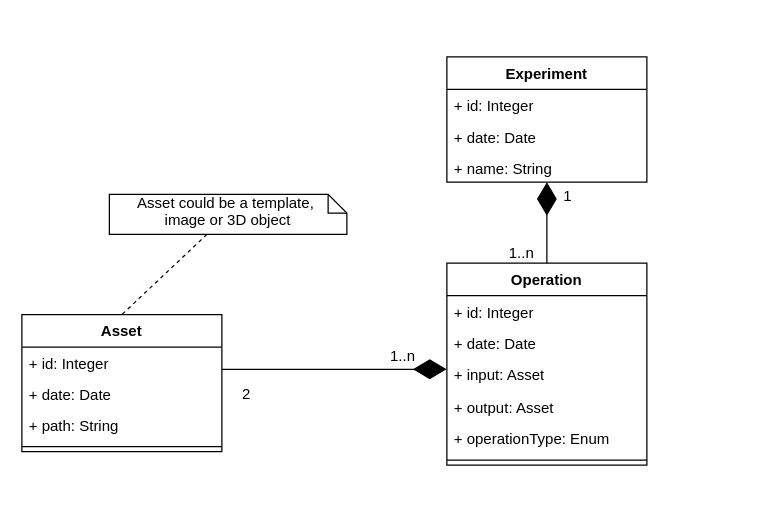
The draw.io diagram page "DataModeling" (10 of 11) of Docs/Diagrams.drawio.xml in okashaluai/Fingerprint-Biometric-Research-Tool, before the edit. Source tidied: cells renumbered, new cells numbered last; positions are measured from the earlier drawing's top-left corner, leaving out a move shared by most shapes. Both pictures are drawn from the tidied source at 125%, with x=0, y=0 at pixel (21, 56).
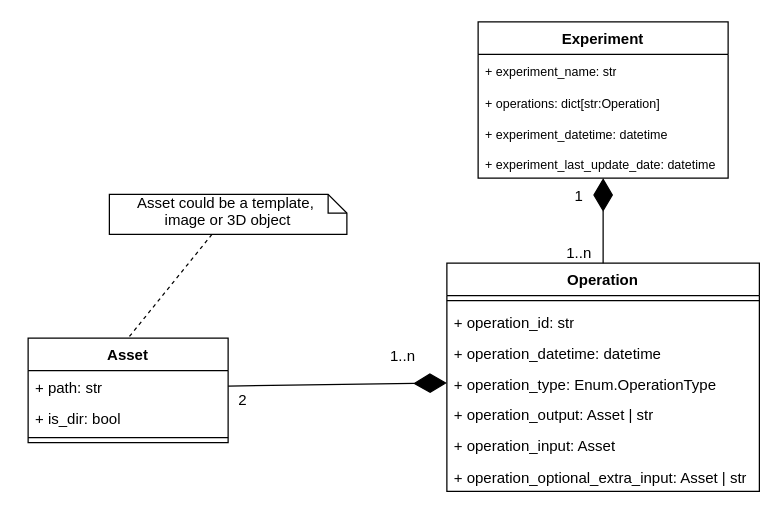
The same diagram, later.

What changed in the source:
```diff
@@
     <mxCell id="2" value="Experiment" style="swimlane;fontStyle=1;align=center;verticalAlign=top;horizontal=1;startSize=26;whiteSpace=wrap;html=1;" parent="1" vertex="1">
-      <mxGeometry x="340" width="160" height="100.2" as="geometry" />
+      <mxGeometry x="365" y="-28" width="200" height="125" as="geometry" />
     </mxCell>
-    <mxCell id="3" value="+ id: Integer" style="text;strokeColor=none;fillColor=none;align=left;verticalAlign=top;spacingLeft=4;spacingRight=4;overflow=hidden;whiteSpace=wrap;html=1;" parent="2" vertex="1">
-      <mxGeometry y="26" width="160" height="24.7" as="geometry" />
-    </mxCell>
-    <mxCell id="4" value="+ date: Date" style="text;strokeColor=none;fillColor=none;align=left;verticalAlign=top;spacingLeft=4;spacingRight=4;overflow=hidden;whiteSpace=wrap;html=1;" parent="2" vertex="1">
-      <mxGeometry y="50.7" width="160" height="24.7" as="geometry" />
-    </mxCell>
-    <mxCell id="5" value="+ name: String" style="text;strokeColor=none;fillColor=none;align=left;verticalAlign=top;spacingLeft=4;spacingRight=4;overflow=hidden;whiteSpace=wrap;html=1;" parent="2" vertex="1">
-      <mxGeometry y="75.5" width="160" height="24.7" as="geometry" />
-    </mxCell>
+    <mxCell id="26" value="&lt;font style=&quot;font-size: 10px;&quot;&gt;+ experiment_name: str&lt;br&gt;&lt;/font&gt;" style="text;strokeColor=none;fillColor=none;align=left;verticalAlign=top;spacingLeft=4;spacingRight=4;overflow=hidden;whiteSpace=wrap;html=1;" parent="2" vertex="1">
+      <mxGeometry y="26" width="200" height="24.7" as="geometry" />
+    </mxCell>
+    <mxCell id="27" value="&lt;font style=&quot;font-size: 10px;&quot;&gt;+ operations: dict[str:Operation]&lt;br&gt;&lt;/font&gt;" style="text;strokeColor=none;fillColor=none;align=left;verticalAlign=top;spacingLeft=4;spacingRight=4;overflow=hidden;whiteSpace=wrap;html=1;" parent="2" vertex="1">
+      <mxGeometry y="50.7" width="200" height="24.7" as="geometry" />
+    </mxCell>
+    <mxCell id="28" value="&lt;font style=&quot;font-size: 10px;&quot;&gt;+ experiment_datetime: datetime&lt;br&gt;&lt;/font&gt;" style="text;strokeColor=none;fillColor=none;align=left;verticalAlign=top;spacingLeft=4;spacingRight=4;overflow=hidden;whiteSpace=wrap;html=1;" parent="2" vertex="1">
+      <mxGeometry y="75.5" width="200" height="24.7" as="geometry" />
+    </mxCell>
+    <mxCell id="29" value="&lt;font style=&quot;font-size: 10px;&quot;&gt;+ experiment_last_update_date: datetime&lt;br&gt;&lt;/font&gt;" style="text;strokeColor=none;fillColor=none;align=left;verticalAlign=top;spacingLeft=4;spacingRight=4;overflow=hidden;whiteSpace=wrap;html=1;" parent="2" vertex="1">
+      <mxGeometry y="100.2" width="200" height="24.7" as="geometry" />
+    </mxCell>
     <mxCell id="6" value="Operation" style="swimlane;fontStyle=1;align=center;verticalAlign=top;horizontal=1;startSize=26;whiteSpace=wrap;html=1;" parent="1" vertex="1">
-      <mxGeometry x="340" y="165" width="160" height="161.5" as="geometry" />
+      <mxGeometry x="340" y="165" width="250" height="182.5" as="geometry" />
     </mxCell>
-    <mxCell id="7" value="+ id: Integer" style="text;strokeColor=none;fillColor=none;align=left;verticalAlign=top;spacingLeft=4;spacingRight=4;overflow=hidden;whiteSpace=wrap;html=1;" parent="6" vertex="1">
-      <mxGeometry y="26" width="160" height="24.7" as="geometry" />
-    </mxCell>
-    <mxCell id="8" value="+ date: Date" style="text;strokeColor=none;fillColor=none;align=left;verticalAlign=top;spacingLeft=4;spacingRight=4;overflow=hidden;whiteSpace=wrap;html=1;" parent="6" vertex="1">
-      <mxGeometry y="50.7" width="160" height="24.7" as="geometry" />
-    </mxCell>
-    <mxCell id="9" value="+ input: Asset" style="text;strokeColor=none;fillColor=none;align=left;verticalAlign=top;spacingLeft=4;spacingRight=4;overflow=hidden;whiteSpace=wrap;html=1;" parent="6" vertex="1">
-      <mxGeometry y="75.5" width="160" height="26" as="geometry" />
-    </mxCell>
-    <mxCell id="10" value="+ output: Asset" style="text;strokeColor=none;fillColor=none;align=left;verticalAlign=top;spacingLeft=4;spacingRight=4;overflow=hidden;whiteSpace=wrap;html=1;" parent="6" vertex="1">
-      <mxGeometry y="101.5" width="160" height="26" as="geometry" />
-    </mxCell>
-    <mxCell id="11" value="+ operationType: Enum" style="text;align=left;verticalAlign=top;spacingLeft=4;spacingRight=4;overflow=hidden;rounded=0;shadow=0;html=0;" parent="6" vertex="1">
-      <mxGeometry y="127.5" width="160" height="26" as="geometry" />
-    </mxCell>
     <mxCell id="12" style="line;strokeWidth=1;fillColor=none;align=left;verticalAlign=middle;spacingTop=-1;spacingLeft=3;spacingRight=3;labelPosition=right;strokeColor=inherit;" parent="6" vertex="1">
-      <mxGeometry y="153.5" width="160" height="8" as="geometry" />
+      <mxGeometry y="26" width="250" height="8" as="geometry" />
     </mxCell>
+    <mxCell id="30" value="+ operation_id: str" style="text;strokeColor=none;fillColor=none;align=left;verticalAlign=top;spacingLeft=4;spacingRight=4;overflow=hidden;whiteSpace=wrap;html=1;" parent="6" vertex="1">
+      <mxGeometry y="34" width="250" height="24.7" as="geometry" />
+    </mxCell>
+    <mxCell id="31" value="+ operation_datetime: datetime" style="text;strokeColor=none;fillColor=none;align=left;verticalAlign=top;spacingLeft=4;spacingRight=4;overflow=hidden;whiteSpace=wrap;html=1;" parent="6" vertex="1">
+      <mxGeometry y="58.7" width="250" height="24.7" as="geometry" />
+    </mxCell>
+    <mxCell id="32" value="+ operation_type: Enum.OperationType" style="text;strokeColor=none;fillColor=none;align=left;verticalAlign=top;spacingLeft=4;spacingRight=4;overflow=hidden;points=[[0,0.5],[1,0.5]];portConstraint=eastwest;whiteSpace=wrap;html=1;" parent="6" vertex="1">
+      <mxGeometry y="83.5" width="250" height="24.7" as="geometry" />
+    </mxCell>
+    <mxCell id="33" value="+ operation_output: Asset | str" style="text;strokeColor=none;fillColor=none;align=left;verticalAlign=top;spacingLeft=4;spacingRight=4;overflow=hidden;whiteSpace=wrap;html=1;" parent="6" vertex="1">
+      <mxGeometry y="108.2" width="250" height="24.7" as="geometry" />
+    </mxCell>
+    <mxCell id="34" value="+ operation_input: Asset" style="text;strokeColor=none;fillColor=none;align=left;verticalAlign=top;spacingLeft=4;spacingRight=4;overflow=hidden;whiteSpace=wrap;html=1;" parent="6" vertex="1">
+      <mxGeometry y="133" width="250" height="24.7" as="geometry" />
+    </mxCell>
+    <mxCell id="35" value="+ operation_optional_extra_input: Asset | str" style="text;strokeColor=none;fillColor=none;align=left;verticalAlign=top;spacingLeft=4;spacingRight=4;overflow=hidden;whiteSpace=wrap;html=1;" parent="6" vertex="1">
+      <mxGeometry y="157.7" width="250" height="24.7" as="geometry" />
+    </mxCell>
-    <mxCell id="13" style="endArrow=diamondThin;endFill=1;endSize=24;html=1;rounded=0;exitX=1.001;exitY=0.722;exitDx=0;exitDy=0;entryX=0.997;entryY=0.663;entryDx=0;entryDy=0;exitPerimeter=0;entryPerimeter=0;" parent="1" edge="1" source="20">
-      <mxGeometry relative="1" as="geometry">
-        <mxPoint x="339.8" y="249.9" as="targetPoint" />
-      </mxGeometry>
+    <mxCell id="13" style="endArrow=diamondThin;endFill=1;endSize=24;html=1;rounded=0;exitX=1;exitY=0.5;exitDx=0;exitDy=0;entryX=0;entryY=0.5;entryDx=0;entryDy=0;" parent="1" edge="1" source="36" target="32">
+      <mxGeometry relative="1" as="geometry" />
     </mxCell>
@@
     <mxCell id="15" value="1" style="text;html=1;align=center;verticalAlign=middle;whiteSpace=wrap;rounded=0;" parent="1" vertex="1">
-      <mxGeometry x="407" y="97" width="60" height="30" as="geometry" />
+      <mxGeometry x="416" y="97" width="60" height="30" as="geometry" />
     </mxCell>
     <mxCell id="16" value="1..n" style="text;html=1;align=center;verticalAlign=middle;whiteSpace=wrap;rounded=0;" parent="1" vertex="1">
-      <mxGeometry x="370" y="142" width="60" height="30" as="geometry" />
+      <mxGeometry x="416" y="142" width="60" height="30" as="geometry" />
     </mxCell>
     <mxCell id="17" value="2" style="text;html=1;align=center;verticalAlign=middle;whiteSpace=wrap;rounded=0;" parent="1" vertex="1">
-      <mxGeometry x="150" y="255" width="60" height="30" as="geometry" />
+      <mxGeometry x="147" y="260" width="60" height="30" as="geometry" />
     </mxCell>
@@
     <mxCell id="19" value="Asset" style="swimlane;fontStyle=1;align=center;verticalAlign=top;horizontal=1;startSize=26;whiteSpace=wrap;html=1;" parent="1" vertex="1">
-      <mxGeometry y="206.2" width="160" height="109.5" as="geometry" />
+      <mxGeometry x="5" y="225" width="160" height="83.5" as="geometry" />
     </mxCell>
-    <mxCell id="20" value="+ id: Integer" style="text;strokeColor=none;fillColor=none;align=left;verticalAlign=top;spacingLeft=4;spacingRight=4;overflow=hidden;points=[[0,0.5],[1,0.5]];portConstraint=eastwest;whiteSpace=wrap;html=1;" parent="19" vertex="1">
-      <mxGeometry y="26" width="160" height="24.7" as="geometry" />
-    </mxCell>
-    <mxCell id="21" value="+ date: Date" style="text;strokeColor=none;fillColor=none;align=left;verticalAlign=top;spacingLeft=4;spacingRight=4;overflow=hidden;whiteSpace=wrap;html=1;" parent="19" vertex="1">
-      <mxGeometry y="50.7" width="160" height="24.7" as="geometry" />
-    </mxCell>
-    <mxCell id="22" value="+ path: String" style="text;strokeColor=none;fillColor=none;align=left;verticalAlign=top;spacingLeft=4;spacingRight=4;overflow=hidden;whiteSpace=wrap;html=1;" parent="19" vertex="1">
-      <mxGeometry y="75.5" width="160" height="26" as="geometry" />
-    </mxCell>
+    <mxCell id="36" value="+ path: str" style="text;strokeColor=none;fillColor=none;align=left;verticalAlign=top;spacingLeft=4;spacingRight=4;overflow=hidden;points=[[0,0.5],[1,0.5]];portConstraint=eastwest;whiteSpace=wrap;html=1;" parent="19" vertex="1">
+      <mxGeometry y="26" width="160" height="24.7" as="geometry" />
+    </mxCell>
+    <mxCell id="37" value="+ is_dir: bool" style="text;strokeColor=none;fillColor=none;align=left;verticalAlign=top;spacingLeft=4;spacingRight=4;overflow=hidden;whiteSpace=wrap;html=1;" parent="19" vertex="1">
+      <mxGeometry y="50.7" width="160" height="24.7" as="geometry" />
+    </mxCell>
     <mxCell id="23" style="line;strokeWidth=1;fillColor=none;align=left;verticalAlign=middle;spacingTop=-1;spacingLeft=3;spacingRight=3;labelPosition=right;strokeColor=inherit;" parent="19" vertex="1">
-      <mxGeometry y="101.5" width="160" height="8" as="geometry" />
+      <mxGeometry y="75.5" width="160" height="8" as="geometry" />
     </mxCell>
```
